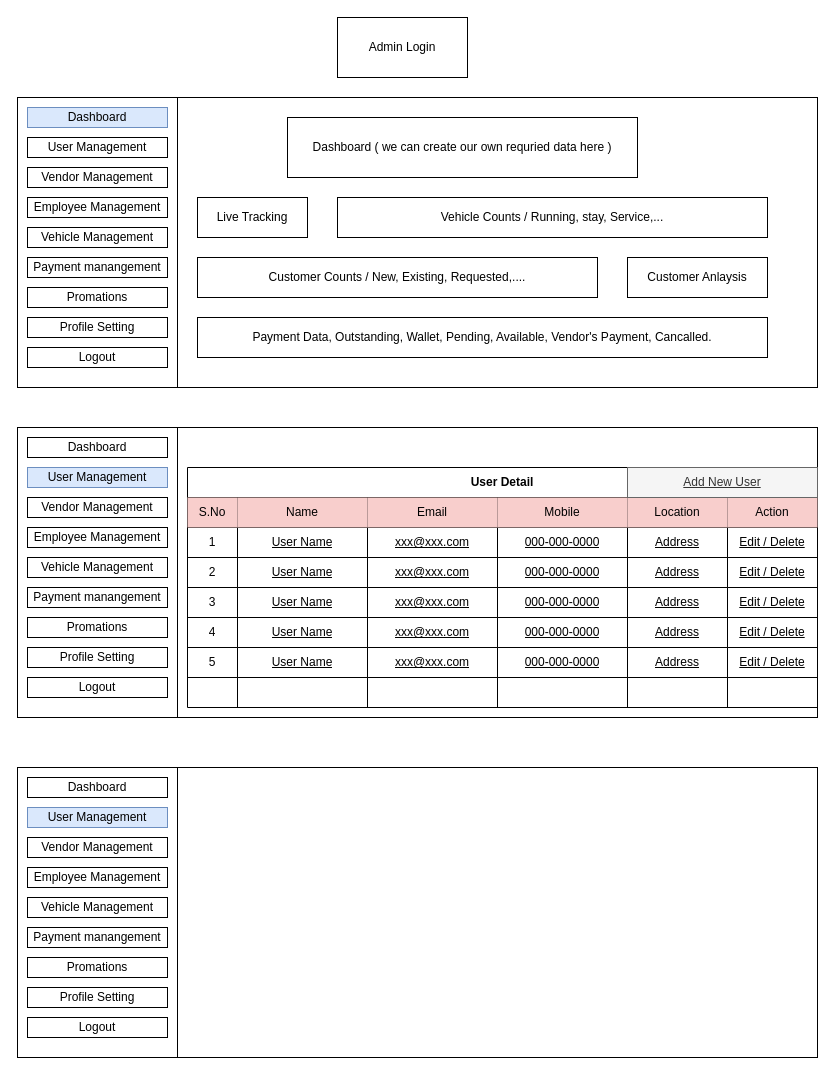
Above: Copy of admin.drawio in shansu1990/PHP (draw.io), before the change. Source tidied: cells renumbered, new cells numbered last; positions are measured from the earlier drawing's top-left corner, leaving out a move shared by most shapes. Both pictures are drawn from the tidied source at 100%, with x=0, y=0 at pixel (17, 17).
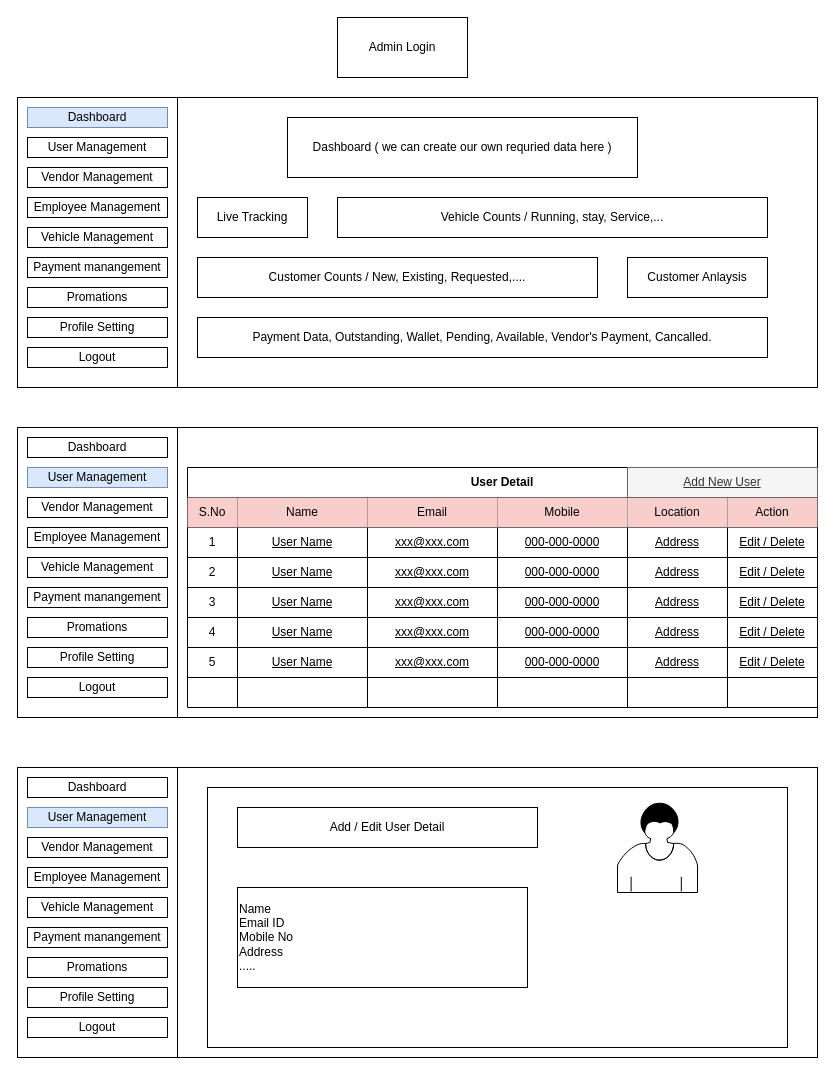
After the change.

What changed in the source:
```diff
@@
+    <mxCell id="93" style="rounded=0;whiteSpace=wrap;html=1;" parent="1" vertex="1">
+      <mxGeometry x="190" y="770" width="580" height="260" as="geometry" />
+    </mxCell>
+    <mxCell id="94" style="shape=mxgraph.bpmn.user_task;html=1;" parent="1" vertex="1">
+      <mxGeometry x="600" y="785" width="80" height="90" as="geometry" />
+    </mxCell>
+    <mxCell id="95" value="Name&lt;br&gt;Email ID&lt;br&gt;Mobile No&lt;br&gt;Address&lt;br&gt;....." style="rounded=0;whiteSpace=wrap;html=1;align=left;" parent="1" vertex="1">
+      <mxGeometry x="220" y="870" width="290" height="100" as="geometry" />
+    </mxCell>
+    <mxCell id="96" value="Add / Edit User Detail" style="rounded=0;whiteSpace=wrap;html=1;" parent="1" vertex="1">
+      <mxGeometry x="220" y="790" width="300" height="40" as="geometry" />
+    </mxCell>
```
